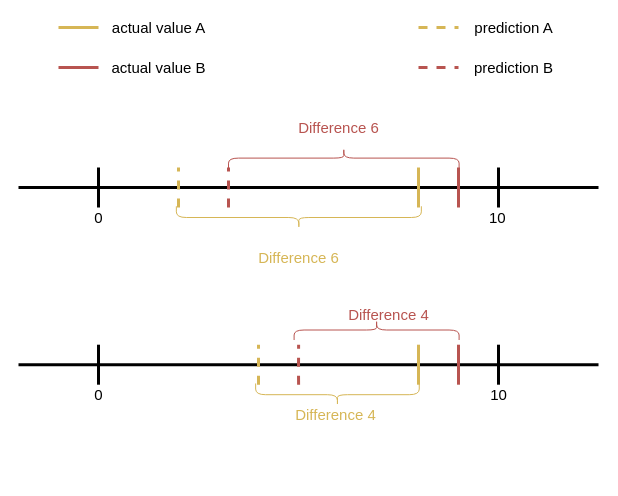
LukasFehring/LukasFehring keeps this draw.io diagram as visulisation_regression_bad.drawio. Above is the earlier version. Source tidied: cells renumbered, new cells numbered last; positions are measured from the earlier drawing's top-left corner, leaving out a move shared by most shapes. Both pictures are drawn from the tidied source at 100%, with x=0, y=0 at pixel (18, 17).
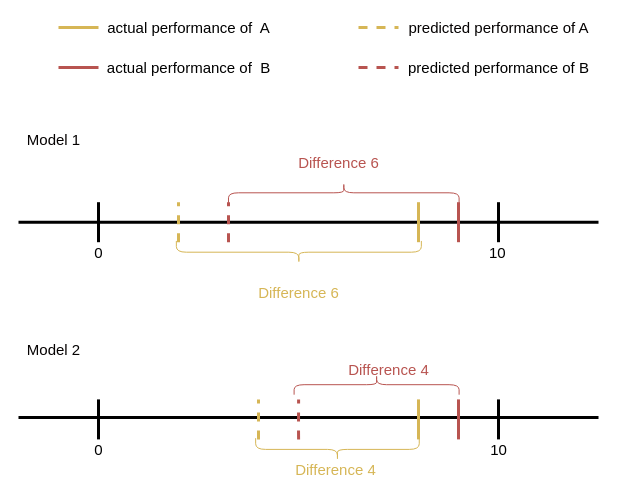
After the change.

Change to the diagram source:
```diff
@@
     <mxCell id="2" style="endArrow=none;html=1;rounded=0;strokeWidth=3;" parent="1" edge="1">
       <mxGeometry relative="1" as="geometry">
-        <mxPoint x="80" y="190" as="sourcePoint" />
-        <mxPoint x="80" y="150" as="targetPoint" />
+        <mxPoint x="80" y="224.7" as="sourcePoint" />
+        <mxPoint x="80" y="184.7" as="targetPoint" />
       </mxGeometry>
     </mxCell>
     <mxCell id="3" style="endArrow=none;html=1;rounded=0;strokeWidth=3;" parent="1" edge="1">
       <mxGeometry relative="1" as="geometry">
-        <mxPoint y="170" as="sourcePoint" />
-        <mxPoint x="580" y="170" as="targetPoint" />
+        <mxPoint y="204.7" as="sourcePoint" />
+        <mxPoint x="580" y="204.7" as="targetPoint" />
       </mxGeometry>
     </mxCell>
     <mxCell id="4" style="endArrow=none;html=1;rounded=0;strokeWidth=3;" parent="1" edge="1">
       <mxGeometry relative="1" as="geometry">
-        <mxPoint x="480" y="190" as="sourcePoint" />
-        <mxPoint x="480" y="150" as="targetPoint" />
+        <mxPoint x="480" y="224.7" as="sourcePoint" />
+        <mxPoint x="480" y="184.7" as="targetPoint" />
       </mxGeometry>
     </mxCell>
     <mxCell id="5" value="&lt;font style=&quot;font-size: 15px&quot;&gt;0&lt;/font&gt;" style="text;html=1;align=center;verticalAlign=middle;strokeColor=none;fillColor=none;" parent="1" vertex="1">
-      <mxGeometry x="70" y="190" width="20" height="20" as="geometry" />
+      <mxGeometry x="70" y="224.7" width="20" height="20" as="geometry" />
     </mxCell>
     <mxCell id="6" value="10&amp;nbsp; &amp;nbsp;" style="text;html=1;align=center;verticalAlign=middle;strokeColor=none;fillColor=none;fontSize=15;" parent="1" vertex="1">
-      <mxGeometry x="465" y="190" width="40" height="20" as="geometry" />
+      <mxGeometry x="465" y="224.7" width="40" height="20" as="geometry" />
     </mxCell>
@@
-    <mxCell id="9" value="actual value A" style="text;html=1;align=center;verticalAlign=middle;strokeColor=none;fillColor=none;fontSize=15;" parent="1" vertex="1">
-      <mxGeometry x="85" width="110" height="20" as="geometry" />
+    <mxCell id="9" value="actual performance of&amp;nbsp; A" style="text;html=1;align=center;verticalAlign=middle;strokeColor=none;fillColor=none;fontSize=15;" parent="1" vertex="1">
+      <mxGeometry x="80" width="180" height="20" as="geometry" />
     </mxCell>
-    <mxCell id="10" value="actual value B" style="text;html=1;align=center;verticalAlign=middle;strokeColor=none;fillColor=none;fontSize=15;" parent="1" vertex="1">
-      <mxGeometry x="85" y="40" width="110" height="20" as="geometry" />
+    <mxCell id="10" value="actual performance of&amp;nbsp; B" style="text;html=1;align=center;verticalAlign=middle;strokeColor=none;fillColor=none;fontSize=15;" parent="1" vertex="1">
+      <mxGeometry x="80" y="40" width="180" height="20" as="geometry" />
     </mxCell>
     <mxCell id="11" style="endArrow=none;html=1;rounded=0;fontSize=15;strokeWidth=3;fillColor=#fff2cc;strokeColor=#d6b656;" parent="1" edge="1">
       <mxGeometry relative="1" as="geometry">
-        <mxPoint x="400" y="150" as="sourcePoint" />
-        <mxPoint x="400" y="190" as="targetPoint" />
+        <mxPoint x="400" y="184.7" as="sourcePoint" />
+        <mxPoint x="400" y="224.7" as="targetPoint" />
       </mxGeometry>
     </mxCell>
     <mxCell id="12" style="endArrow=none;html=1;rounded=0;fontSize=15;strokeWidth=3;fillColor=#f8cecc;strokeColor=#b85450;" parent="1" edge="1">
       <mxGeometry relative="1" as="geometry">
-        <mxPoint x="440" y="190" as="sourcePoint" />
-        <mxPoint x="440" y="150" as="targetPoint" />
+        <mxPoint x="440" y="224.7" as="sourcePoint" />
+        <mxPoint x="440" y="184.7" as="targetPoint" />
       </mxGeometry>
     </mxCell>
     <mxCell id="13" style="endArrow=none;dashed=1;html=1;rounded=0;fontSize=15;strokeWidth=3;fillColor=#fff2cc;strokeColor=#d6b656;" parent="1" edge="1">
       <mxGeometry relative="1" as="geometry">
-        <mxPoint x="400" y="10" as="sourcePoint" />
-        <mxPoint x="440" y="10" as="targetPoint" />
+        <mxPoint x="340" y="10" as="sourcePoint" />
+        <mxPoint x="380" y="10" as="targetPoint" />
       </mxGeometry>
     </mxCell>
-    <mxCell id="14" value="prediction A" style="text;html=1;align=center;verticalAlign=middle;strokeColor=none;fillColor=none;fontSize=15;" parent="1" vertex="1">
-      <mxGeometry x="450" width="90" height="20" as="geometry" />
-    </mxCell>
     <mxCell id="15" style="endArrow=none;dashed=1;html=1;rounded=0;fontSize=15;strokeWidth=3;fillColor=#f8cecc;strokeColor=#b85450;" parent="1" edge="1">
       <mxGeometry relative="1" as="geometry">
-        <mxPoint x="400" y="50" as="sourcePoint" />
-        <mxPoint x="440" y="50" as="targetPoint" />
+        <mxPoint x="340" y="50" as="sourcePoint" />
+        <mxPoint x="380" y="50" as="targetPoint" />
       </mxGeometry>
     </mxCell>
-    <mxCell id="16" value="prediction B" style="text;html=1;align=center;verticalAlign=middle;strokeColor=none;fillColor=none;fontSize=15;" parent="1" vertex="1">
-      <mxGeometry x="450" y="40" width="90" height="20" as="geometry" />
+    <mxCell id="16" value="predicted performance of B" style="text;html=1;align=center;verticalAlign=middle;strokeColor=none;fillColor=none;fontSize=15;" parent="1" vertex="1">
+      <mxGeometry x="380" y="40" width="200" height="20" as="geometry" />
     </mxCell>
     <mxCell id="17" style="endArrow=none;dashed=1;html=1;rounded=0;fontSize=15;strokeWidth=3;fillColor=#fff2cc;strokeColor=#d6b656;" parent="1" edge="1">
       <mxGeometry relative="1" as="geometry">
-        <mxPoint x="160" y="190" as="sourcePoint" />
-        <mxPoint x="160" y="150" as="targetPoint" />
+        <mxPoint x="160" y="224.7" as="sourcePoint" />
+        <mxPoint x="160" y="184.7" as="targetPoint" />
       </mxGeometry>
     </mxCell>
     <mxCell id="18" style="endArrow=none;dashed=1;html=1;rounded=0;fontSize=15;strokeWidth=3;fillColor=#f8cecc;strokeColor=#b85450;" parent="1" edge="1">
       <mxGeometry relative="1" as="geometry">
-        <mxPoint x="210" y="190" as="sourcePoint" />
-        <mxPoint x="210" y="150" as="targetPoint" />
+        <mxPoint x="210" y="224.7" as="sourcePoint" />
+        <mxPoint x="210" y="184.7" as="targetPoint" />
       </mxGeometry>
     </mxCell>
     <mxCell id="19" style="endArrow=none;html=1;rounded=0;strokeWidth=3;" parent="1" edge="1">
       <mxGeometry relative="1" as="geometry">
-        <mxPoint x="80" y="367.2" as="sourcePoint" />
-        <mxPoint x="80" y="327.2" as="targetPoint" />
+        <mxPoint x="80" y="421.9" as="sourcePoint" />
+        <mxPoint x="80" y="381.9" as="targetPoint" />
       </mxGeometry>
     </mxCell>
     <mxCell id="20" style="endArrow=none;html=1;rounded=0;strokeWidth=3;" parent="1" edge="1">
       <mxGeometry relative="1" as="geometry">
-        <mxPoint y="347.2" as="sourcePoint" />
-        <mxPoint x="580" y="347.2" as="targetPoint" />
+        <mxPoint y="400" as="sourcePoint" />
+        <mxPoint x="580" y="400" as="targetPoint" />
       </mxGeometry>
     </mxCell>
     <mxCell id="21" style="endArrow=none;html=1;rounded=0;strokeWidth=3;" parent="1" edge="1">
       <mxGeometry relative="1" as="geometry">
-        <mxPoint x="480" y="367.2" as="sourcePoint" />
-        <mxPoint x="480" y="327.2" as="targetPoint" />
+        <mxPoint x="480" y="421.9" as="sourcePoint" />
+        <mxPoint x="480" y="381.9" as="targetPoint" />
       </mxGeometry>
     </mxCell>
     <mxCell id="22" value="&lt;font style=&quot;font-size: 15px&quot;&gt;0&lt;/font&gt;" style="text;html=1;align=center;verticalAlign=middle;strokeColor=none;fillColor=none;" parent="1" vertex="1">
-      <mxGeometry x="70" y="367.2" width="20" height="20" as="geometry" />
+      <mxGeometry x="70" y="421.9" width="20" height="20" as="geometry" />
     </mxCell>
     <mxCell id="23" value="10" style="text;html=1;align=center;verticalAlign=middle;strokeColor=none;fillColor=none;fontSize=15;" parent="1" vertex="1">
-      <mxGeometry x="465" y="367.2" width="30" height="20" as="geometry" />
+      <mxGeometry x="465" y="421.9" width="30" height="20" as="geometry" />
     </mxCell>
     <mxCell id="24" style="endArrow=none;html=1;rounded=0;fontSize=15;strokeWidth=3;fillColor=#fff2cc;strokeColor=#d6b656;" parent="1" edge="1">
       <mxGeometry relative="1" as="geometry">
-        <mxPoint x="400" y="327.2" as="sourcePoint" />
-        <mxPoint x="400" y="367.2" as="targetPoint" />
+        <mxPoint x="400" y="381.9" as="sourcePoint" />
+        <mxPoint x="400" y="421.9" as="targetPoint" />
       </mxGeometry>
     </mxCell>
     <mxCell id="25" style="endArrow=none;html=1;rounded=0;fontSize=15;strokeWidth=3;fillColor=#f8cecc;strokeColor=#b85450;" parent="1" edge="1">
       <mxGeometry relative="1" as="geometry">
-        <mxPoint x="440" y="367.2" as="sourcePoint" />
-        <mxPoint x="440" y="327.2" as="targetPoint" />
+        <mxPoint x="440" y="421.9" as="sourcePoint" />
+        <mxPoint x="440" y="381.9" as="targetPoint" />
       </mxGeometry>
     </mxCell>
     <mxCell id="26" style="endArrow=none;dashed=1;html=1;rounded=0;fontSize=15;strokeWidth=3;fillColor=#fff2cc;strokeColor=#d6b656;" parent="1" edge="1">
       <mxGeometry relative="1" as="geometry">
-        <mxPoint x="240" y="367.2" as="sourcePoint" />
-        <mxPoint x="240" y="327.2" as="targetPoint" />
+        <mxPoint x="240" y="421.9" as="sourcePoint" />
+        <mxPoint x="240" y="381.9" as="targetPoint" />
       </mxGeometry>
     </mxCell>
     <mxCell id="27" style="endArrow=none;dashed=1;html=1;rounded=0;fontSize=15;strokeWidth=3;fillColor=#f8cecc;strokeColor=#b85450;" parent="1" edge="1">
       <mxGeometry relative="1" as="geometry">
-        <mxPoint x="280.1" y="367.2" as="sourcePoint" />
-        <mxPoint x="280.1" y="327.2" as="targetPoint" />
+        <mxPoint x="280.1" y="421.9" as="sourcePoint" />
+        <mxPoint x="280.1" y="381.9" as="targetPoint" />
         <Array as="points">
-          <mxPoint x="280" y="354.7" />
+          <mxPoint x="280" y="409.4" />
         </Array>
       </mxGeometry>
     </mxCell>
     <mxCell id="28" style="shape=curlyBracket;whiteSpace=wrap;html=1;rounded=1;fontSize=15;rotation=-90;fillColor=#fff2cc;strokeColor=#d6b656;" parent="1" vertex="1">
-      <mxGeometry x="269.1" y="77.5" width="22.5" height="245" as="geometry" />
+      <mxGeometry x="269.1" y="112.2" width="22.5" height="245" as="geometry" />
     </mxCell>
     <mxCell id="29" value="&lt;span style=&quot;color: rgb(214 , 182 , 86)&quot;&gt;Difference 6&lt;/span&gt;" style="text;html=1;align=center;verticalAlign=middle;strokeColor=none;fillColor=none;fontSize=15;" parent="1" vertex="1">
-      <mxGeometry x="230" y="230" width="100" height="20" as="geometry" />
+      <mxGeometry x="230" y="264.7" width="100" height="20" as="geometry" />
     </mxCell>
     <mxCell id="30" style="shape=curlyBracket;whiteSpace=wrap;html=1;rounded=1;fontSize=15;rotation=-90;fillColor=#fff2cc;strokeColor=#d6b656;" parent="1" vertex="1">
-      <mxGeometry x="307.7" y="295.4" width="22.5" height="163.6" as="geometry" />
+      <mxGeometry x="307.7" y="350.1" width="22.5" height="163.6" as="geometry" />
     </mxCell>
     <mxCell id="31" value="&lt;span style=&quot;color: rgb(214 , 182 , 86)&quot;&gt;Difference 4&lt;/span&gt;" style="text;html=1;align=center;verticalAlign=middle;strokeColor=none;fillColor=none;fontSize=15;" parent="1" vertex="1">
-      <mxGeometry x="267.2" y="387.2" width="100" height="20" as="geometry" />
+      <mxGeometry x="267.2" y="441.9" width="100" height="20" as="geometry" />
     </mxCell>
     <mxCell id="32" style="shape=curlyBracket;whiteSpace=wrap;html=1;rounded=1;fontSize=15;rotation=90;fillColor=#f8cecc;strokeColor=#b85450;" parent="1" vertex="1">
-      <mxGeometry x="315.3" y="25.3" width="20" height="230.6" as="geometry" />
+      <mxGeometry x="315.3" y="60" width="20" height="230.6" as="geometry" />
     </mxCell>
     <mxCell id="33" value="Difference 6" style="text;html=1;align=center;verticalAlign=middle;strokeColor=none;fillColor=none;fontSize=15;fontColor=#B85450;" parent="1" vertex="1">
-      <mxGeometry x="270" y="100" width="100" height="20" as="geometry" />
+      <mxGeometry x="270" y="134.7" width="100" height="20" as="geometry" />
     </mxCell>
     <mxCell id="34" style="shape=curlyBracket;whiteSpace=wrap;html=1;rounded=1;fontSize=15;rotation=90;fillColor=#f8cecc;strokeColor=#b85450;" parent="1" vertex="1">
-      <mxGeometry x="348.1" y="230" width="20" height="165" as="geometry" />
+      <mxGeometry x="348.1" y="284.7" width="20" height="165" as="geometry" />
     </mxCell>
     <mxCell id="35" value="Difference 4" style="text;html=1;align=center;verticalAlign=middle;strokeColor=none;fillColor=none;fontSize=15;fontColor=#B85450;" parent="1" vertex="1">
-      <mxGeometry x="320.3" y="287.2" width="100" height="20" as="geometry" />
+      <mxGeometry x="320.3" y="341.9" width="100" height="20" as="geometry" />
     </mxCell>
+    <mxCell id="36" value="Model 1" style="text;html=1;align=center;verticalAlign=middle;strokeColor=none;fillColor=none;fontSize=15;fontColor=#050202;" parent="1" vertex="1">
+      <mxGeometry y="112.2" width="70" height="20" as="geometry" />
+    </mxCell>
+    <mxCell id="37" value="Model 2" style="text;html=1;align=center;verticalAlign=middle;strokeColor=none;fillColor=none;fontSize=15;fontColor=#050202;" parent="1" vertex="1">
+      <mxGeometry y="321.9" width="70" height="20" as="geometry" />
+    </mxCell>
+    <mxCell id="38" value="predicted performance of A" style="text;html=1;align=center;verticalAlign=middle;strokeColor=none;fillColor=none;fontSize=15;fontColor=#050202;" parent="1" vertex="1">
+      <mxGeometry x="380" width="200" height="20" as="geometry" />
+    </mxCell>
```
